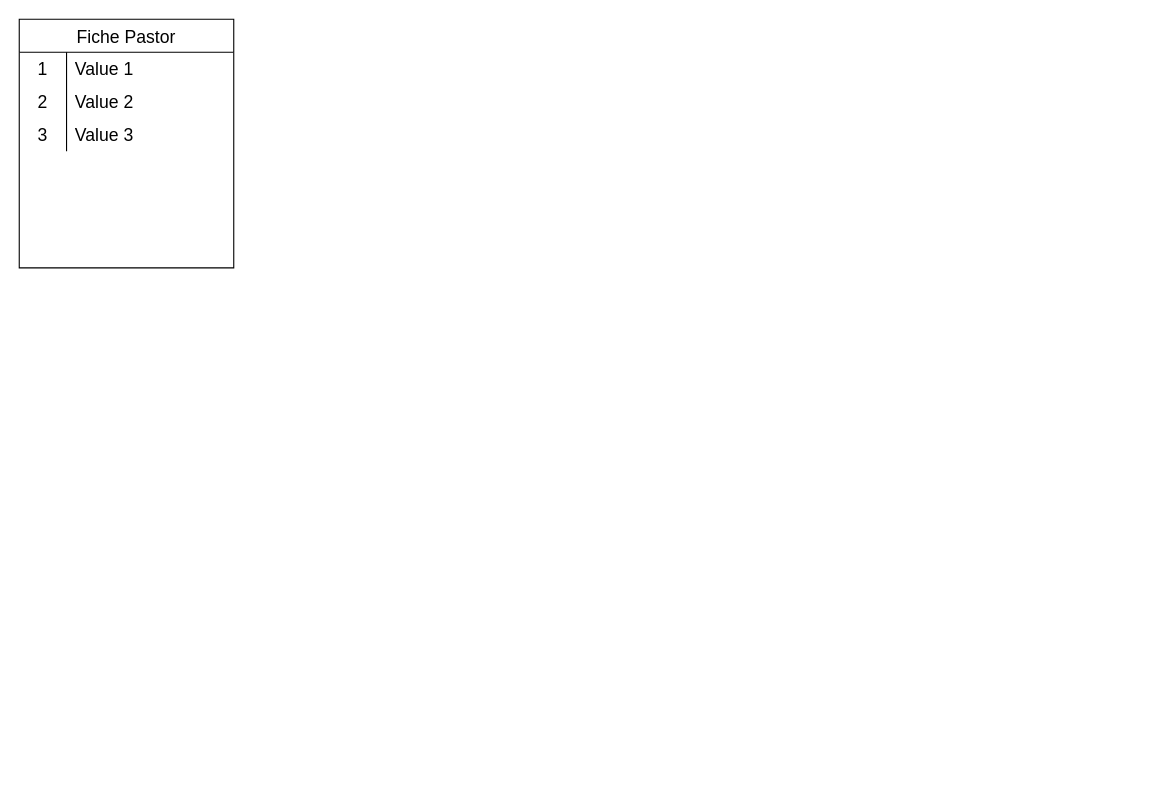
The draw.io diagram DMD_Data_Model.drawio in Jbertrius/dmd_model, before the edit. Source tidied: cells renumbered, new cells numbered last; positions are measured from the earlier drawing's top-left corner, leaving out a move shared by most shapes. Both pictures are drawn from the tidied source at 110%, with x=0, y=0 at pixel (19, 19).
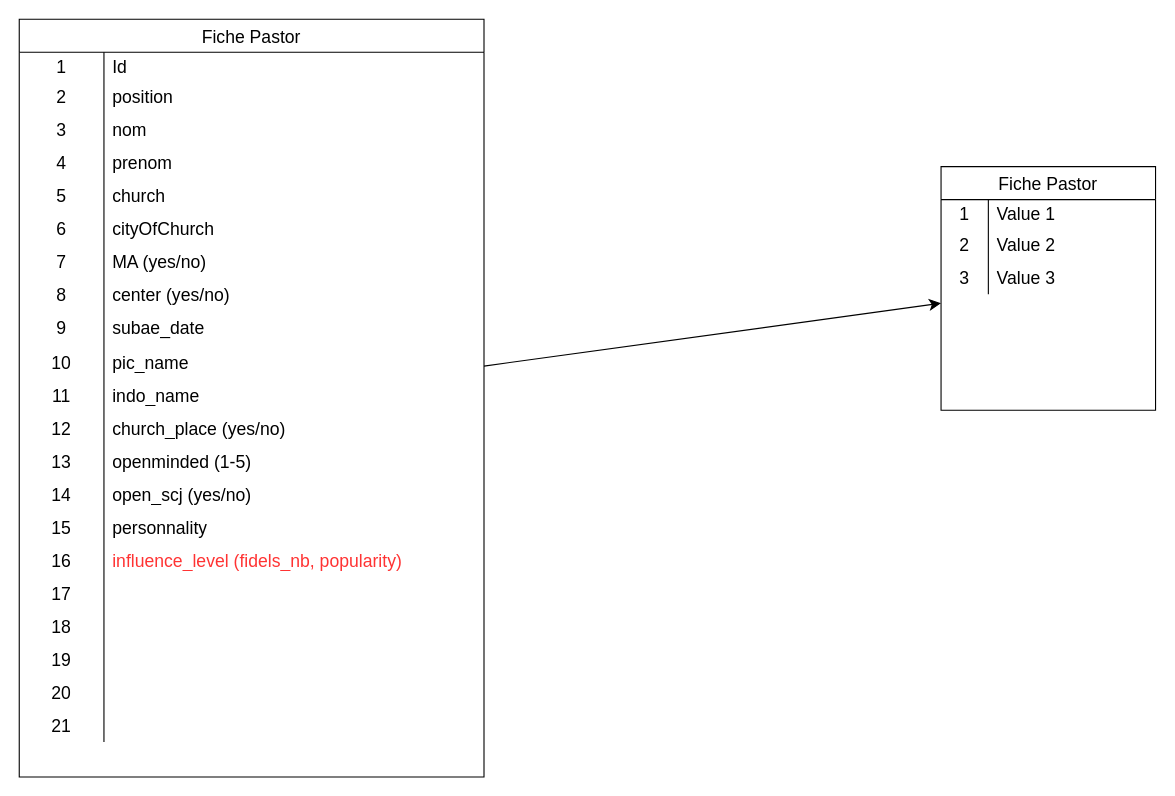
The same diagram, later.

Commit message:
Mettre à jour DMD_Data_Model.drawio

What changed in the source:
```diff
@@
+    <mxCell id="12" style="edgeStyle=none;curved=1;rounded=0;jettySize=auto;html=1;fontSize=12;startSize=8;endSize=8;" parent="1" edge="1" source="2" target="67">
+      <mxGeometry relative="1" as="geometry" />
+    </mxCell>
     <mxCell id="2" value="Fiche Pastor" style="shape=table;startSize=30;childLayout=tableLayout;rowLines=0;fontStyle=0;strokeColor=default;fontSize=16;" parent="1" vertex="1">
-      <mxGeometry width="195" height="226" as="geometry" />
+      <mxGeometry width="422.5" height="688.8" as="geometry" />
     </mxCell>
     <mxCell id="3" style="shape=tableRow;horizontal=0;startSize=0;swimlaneHead=0;swimlaneBody=0;top=0;left=0;bottom=0;right=0;fillColor=none;strokeColor=inherit;fontSize=16;" parent="2" vertex="1">
-      <mxGeometry y="30" width="195" height="30" as="geometry" />
+      <mxGeometry y="30" width="422.5" height="26" as="geometry" />
     </mxCell>
     <mxCell id="4" value="1" style="shape=partialRectangle;html=1;whiteSpace=wrap;fillColor=none;top=0;left=0;bottom=0;right=0;overflow=hidden;strokeColor=inherit;fontSize=16;" parent="3" vertex="1">
-      <mxGeometry width="43" height="30" as="geometry" />
+      <mxGeometry width="77" height="26" as="geometry" />
     </mxCell>
-    <mxCell id="5" value="Value 1" style="shape=partialRectangle;html=1;whiteSpace=wrap;fillColor=none;top=0;left=0;bottom=0;right=0;align=left;spacingLeft=6;overflow=hidden;strokeColor=inherit;fontSize=16;" parent="3" vertex="1">
-      <mxGeometry x="43" width="152" height="30" as="geometry" />
+    <mxCell id="5" value="Id" style="shape=partialRectangle;html=1;whiteSpace=wrap;fillColor=none;top=0;left=0;bottom=0;right=0;align=left;spacingLeft=6;overflow=hidden;strokeColor=inherit;fontSize=16;" parent="3" vertex="1">
+      <mxGeometry x="77" width="346" height="26" as="geometry" />
     </mxCell>
     <mxCell id="6" style="shape=tableRow;horizontal=0;startSize=0;swimlaneHead=0;swimlaneBody=0;top=0;left=0;bottom=0;right=0;fillColor=none;strokeColor=inherit;fontSize=16;" parent="2" vertex="1">
-      <mxGeometry y="60" width="195" height="30" as="geometry" />
+      <mxGeometry y="56" width="422.5" height="30" as="geometry" />
     </mxCell>
     <mxCell id="7" value="2" style="shape=partialRectangle;html=1;whiteSpace=wrap;fillColor=none;top=0;left=0;bottom=0;right=0;overflow=hidden;strokeColor=inherit;fontSize=16;" parent="6" vertex="1">
-      <mxGeometry width="43" height="30" as="geometry" />
+      <mxGeometry width="77" height="30" as="geometry" />
     </mxCell>
-    <mxCell id="8" value="Value 2" style="shape=partialRectangle;html=1;whiteSpace=wrap;fillColor=none;top=0;left=0;bottom=0;right=0;align=left;spacingLeft=6;overflow=hidden;strokeColor=inherit;fontSize=16;" parent="6" vertex="1">
-      <mxGeometry x="43" width="152" height="30" as="geometry" />
+    <mxCell id="8" value="position" style="shape=partialRectangle;html=1;whiteSpace=wrap;fillColor=none;top=0;left=0;bottom=0;right=0;align=left;spacingLeft=6;overflow=hidden;strokeColor=inherit;fontSize=16;" parent="6" vertex="1">
+      <mxGeometry x="77" width="346" height="30" as="geometry" />
     </mxCell>
     <mxCell id="9" style="shape=tableRow;horizontal=0;startSize=0;swimlaneHead=0;swimlaneBody=0;top=0;left=0;bottom=0;right=0;fillColor=none;strokeColor=inherit;fontSize=16;" parent="2" vertex="1">
-      <mxGeometry y="90" width="195" height="30" as="geometry" />
+      <mxGeometry y="86" width="422.5" height="30" as="geometry" />
     </mxCell>
     <mxCell id="10" value="3" style="shape=partialRectangle;html=1;whiteSpace=wrap;fillColor=none;top=0;left=0;bottom=0;right=0;overflow=hidden;strokeColor=inherit;fontSize=16;" parent="9" vertex="1">
-      <mxGeometry width="43" height="30" as="geometry" />
+      <mxGeometry width="77" height="30" as="geometry" />
     </mxCell>
-    <mxCell id="11" value="Value 3" style="shape=partialRectangle;html=1;whiteSpace=wrap;fillColor=none;top=0;left=0;bottom=0;right=0;align=left;spacingLeft=6;overflow=hidden;strokeColor=inherit;fontSize=16;" parent="9" vertex="1">
-      <mxGeometry x="43" width="152" height="30" as="geometry" />
+    <mxCell id="11" value="nom" style="shape=partialRectangle;html=1;whiteSpace=wrap;fillColor=none;top=0;left=0;bottom=0;right=0;align=left;spacingLeft=6;overflow=hidden;strokeColor=inherit;fontSize=16;" parent="9" vertex="1">
+      <mxGeometry x="77" width="346" height="30" as="geometry" />
     </mxCell>
+    <mxCell id="13" style="shape=tableRow;horizontal=0;startSize=0;swimlaneHead=0;swimlaneBody=0;top=0;left=0;bottom=0;right=0;fillColor=none;strokeColor=inherit;fontSize=16;" parent="2" vertex="1">
+      <mxGeometry y="116" width="422.5" height="30" as="geometry" />
+    </mxCell>
+    <mxCell id="14" value="4" style="shape=partialRectangle;html=1;whiteSpace=wrap;fillColor=none;top=0;left=0;bottom=0;right=0;overflow=hidden;strokeColor=inherit;fontSize=16;" parent="13" vertex="1">
+      <mxGeometry width="77" height="30" as="geometry" />
+    </mxCell>
+    <mxCell id="15" value="prenom" style="shape=partialRectangle;html=1;whiteSpace=wrap;fillColor=none;top=0;left=0;bottom=0;right=0;align=left;spacingLeft=6;overflow=hidden;strokeColor=inherit;fontSize=16;" parent="13" vertex="1">
+      <mxGeometry x="77" width="346" height="30" as="geometry" />
+    </mxCell>
+    <mxCell id="16" style="shape=tableRow;horizontal=0;startSize=0;swimlaneHead=0;swimlaneBody=0;top=0;left=0;bottom=0;right=0;fillColor=none;strokeColor=inherit;fontSize=16;" parent="2" vertex="1">
+      <mxGeometry y="146" width="422.5" height="30" as="geometry" />
+    </mxCell>
+    <mxCell id="17" value="5" style="shape=partialRectangle;html=1;whiteSpace=wrap;fillColor=none;top=0;left=0;bottom=0;right=0;overflow=hidden;strokeColor=inherit;fontSize=16;" parent="16" vertex="1">
+      <mxGeometry width="77" height="30" as="geometry" />
+    </mxCell>
+    <mxCell id="18" value="church" style="shape=partialRectangle;html=1;whiteSpace=wrap;fillColor=none;top=0;left=0;bottom=0;right=0;align=left;spacingLeft=6;overflow=hidden;strokeColor=inherit;fontSize=16;" parent="16" vertex="1">
+      <mxGeometry x="77" width="346" height="30" as="geometry" />
+    </mxCell>
+    <mxCell id="19" style="shape=tableRow;horizontal=0;startSize=0;swimlaneHead=0;swimlaneBody=0;top=0;left=0;bottom=0;right=0;fillColor=none;strokeColor=inherit;fontSize=16;" parent="2" vertex="1">
+      <mxGeometry y="176" width="422.5" height="30" as="geometry" />
+    </mxCell>
+    <mxCell id="20" value="6" style="shape=partialRectangle;html=1;whiteSpace=wrap;fillColor=none;top=0;left=0;bottom=0;right=0;overflow=hidden;strokeColor=inherit;fontSize=16;" parent="19" vertex="1">
+      <mxGeometry width="77" height="30" as="geometry" />
+    </mxCell>
+    <mxCell id="21" value="cityOfChurch" style="shape=partialRectangle;html=1;whiteSpace=wrap;fillColor=none;top=0;left=0;bottom=0;right=0;align=left;spacingLeft=6;overflow=hidden;strokeColor=inherit;fontSize=16;" parent="19" vertex="1">
+      <mxGeometry x="77" width="346" height="30" as="geometry" />
+    </mxCell>
+    <mxCell id="22" style="shape=tableRow;horizontal=0;startSize=0;swimlaneHead=0;swimlaneBody=0;top=0;left=0;bottom=0;right=0;fillColor=none;strokeColor=inherit;fontSize=16;" parent="2" vertex="1">
+      <mxGeometry y="206" width="422.5" height="30" as="geometry" />
+    </mxCell>
+    <mxCell id="23" value="7" style="shape=partialRectangle;html=1;whiteSpace=wrap;fillColor=none;top=0;left=0;bottom=0;right=0;overflow=hidden;strokeColor=inherit;fontSize=16;" parent="22" vertex="1">
+      <mxGeometry width="77" height="30" as="geometry" />
+    </mxCell>
+    <mxCell id="24" value="MA (yes/no)" style="shape=partialRectangle;html=1;whiteSpace=wrap;fillColor=none;top=0;left=0;bottom=0;right=0;align=left;spacingLeft=6;overflow=hidden;strokeColor=inherit;fontSize=16;" parent="22" vertex="1">
+      <mxGeometry x="77" width="346" height="30" as="geometry" />
+    </mxCell>
+    <mxCell id="25" style="shape=tableRow;horizontal=0;startSize=0;swimlaneHead=0;swimlaneBody=0;top=0;left=0;bottom=0;right=0;fillColor=none;strokeColor=inherit;fontSize=16;" parent="2" vertex="1">
+      <mxGeometry y="236" width="422.5" height="30" as="geometry" />
+    </mxCell>
+    <mxCell id="26" value="8" style="shape=partialRectangle;html=1;whiteSpace=wrap;fillColor=none;top=0;left=0;bottom=0;right=0;overflow=hidden;strokeColor=inherit;fontSize=16;" parent="25" vertex="1">
+      <mxGeometry width="77" height="30" as="geometry" />
+    </mxCell>
+    <mxCell id="27" value="center (yes/no)" style="shape=partialRectangle;html=1;whiteSpace=wrap;fillColor=none;top=0;left=0;bottom=0;right=0;align=left;spacingLeft=6;overflow=hidden;strokeColor=inherit;fontSize=16;" parent="25" vertex="1">
+      <mxGeometry x="77" width="346" height="30" as="geometry" />
+    </mxCell>
+    <mxCell id="28" style="shape=tableRow;horizontal=0;startSize=0;swimlaneHead=0;swimlaneBody=0;top=0;left=0;bottom=0;right=0;fillColor=none;strokeColor=inherit;fontSize=16;" parent="2" vertex="1">
+      <mxGeometry y="266" width="422.5" height="30" as="geometry" />
+    </mxCell>
+    <mxCell id="29" value="9" style="shape=partialRectangle;html=1;whiteSpace=wrap;fillColor=none;top=0;left=0;bottom=0;right=0;overflow=hidden;strokeColor=inherit;fontSize=16;" parent="28" vertex="1">
+      <mxGeometry width="77" height="30" as="geometry" />
+    </mxCell>
+    <mxCell id="30" value="subae_date" style="shape=partialRectangle;html=1;whiteSpace=wrap;fillColor=none;top=0;left=0;bottom=0;right=0;align=left;spacingLeft=6;overflow=hidden;strokeColor=inherit;fontSize=16;" parent="28" vertex="1">
+      <mxGeometry x="77" width="346" height="30" as="geometry" />
+    </mxCell>
+    <mxCell id="31" style="shape=tableRow;horizontal=0;startSize=0;swimlaneHead=0;swimlaneBody=0;top=0;left=0;bottom=0;right=0;fillColor=none;strokeColor=inherit;fontSize=16;" parent="2" vertex="1">
+      <mxGeometry y="296" width="422.5" height="31" as="geometry" />
+    </mxCell>
+    <mxCell id="32" value="10" style="shape=partialRectangle;html=1;whiteSpace=wrap;fillColor=none;top=0;left=0;bottom=0;right=0;overflow=hidden;strokeColor=inherit;fontSize=16;" parent="31" vertex="1">
+      <mxGeometry width="77" height="31" as="geometry" />
+    </mxCell>
+    <mxCell id="33" value="pic_name" style="shape=partialRectangle;html=1;whiteSpace=wrap;fillColor=none;top=0;left=0;bottom=0;right=0;align=left;spacingLeft=6;overflow=hidden;strokeColor=inherit;fontSize=16;" parent="31" vertex="1">
+      <mxGeometry x="77" width="346" height="31" as="geometry" />
+    </mxCell>
+    <mxCell id="34" style="shape=tableRow;horizontal=0;startSize=0;swimlaneHead=0;swimlaneBody=0;top=0;left=0;bottom=0;right=0;fillColor=none;strokeColor=inherit;fontSize=16;" parent="2" vertex="1">
+      <mxGeometry y="327" width="422.5" height="30" as="geometry" />
+    </mxCell>
+    <mxCell id="35" value="11" style="shape=partialRectangle;html=1;whiteSpace=wrap;fillColor=none;top=0;left=0;bottom=0;right=0;overflow=hidden;strokeColor=inherit;fontSize=16;" parent="34" vertex="1">
+      <mxGeometry width="77" height="30" as="geometry" />
+    </mxCell>
+    <mxCell id="36" value="indo_name" style="shape=partialRectangle;html=1;whiteSpace=wrap;fillColor=none;top=0;left=0;bottom=0;right=0;align=left;spacingLeft=6;overflow=hidden;strokeColor=inherit;fontSize=16;" parent="34" vertex="1">
+      <mxGeometry x="77" width="346" height="30" as="geometry" />
+    </mxCell>
+    <mxCell id="37" style="shape=tableRow;horizontal=0;startSize=0;swimlaneHead=0;swimlaneBody=0;top=0;left=0;bottom=0;right=0;fillColor=none;strokeColor=inherit;fontSize=16;" parent="2" vertex="1">
+      <mxGeometry y="357" width="422.5" height="30" as="geometry" />
+    </mxCell>
+    <mxCell id="38" value="12" style="shape=partialRectangle;html=1;whiteSpace=wrap;fillColor=none;top=0;left=0;bottom=0;right=0;overflow=hidden;strokeColor=inherit;fontSize=16;" parent="37" vertex="1">
+      <mxGeometry width="77" height="30" as="geometry" />
+    </mxCell>
+    <mxCell id="39" value="church_place (yes/no)" style="shape=partialRectangle;html=1;whiteSpace=wrap;fillColor=none;top=0;left=0;bottom=0;right=0;align=left;spacingLeft=6;overflow=hidden;strokeColor=inherit;fontSize=16;" parent="37" vertex="1">
+      <mxGeometry x="77" width="346" height="30" as="geometry" />
+    </mxCell>
+    <mxCell id="40" style="shape=tableRow;horizontal=0;startSize=0;swimlaneHead=0;swimlaneBody=0;top=0;left=0;bottom=0;right=0;fillColor=none;strokeColor=inherit;fontSize=16;" parent="2" vertex="1">
+      <mxGeometry y="387" width="422.5" height="30" as="geometry" />
+    </mxCell>
+    <mxCell id="41" value="13" style="shape=partialRectangle;html=1;whiteSpace=wrap;fillColor=none;top=0;left=0;bottom=0;right=0;overflow=hidden;strokeColor=inherit;fontSize=16;" parent="40" vertex="1">
+      <mxGeometry width="77" height="30" as="geometry" />
+    </mxCell>
+    <mxCell id="42" value="openminded (1-5)" style="shape=partialRectangle;html=1;whiteSpace=wrap;fillColor=none;top=0;left=0;bottom=0;right=0;align=left;spacingLeft=6;overflow=hidden;strokeColor=inherit;fontSize=16;" parent="40" vertex="1">
+      <mxGeometry x="77" width="346" height="30" as="geometry" />
+    </mxCell>
+    <mxCell id="43" style="shape=tableRow;horizontal=0;startSize=0;swimlaneHead=0;swimlaneBody=0;top=0;left=0;bottom=0;right=0;fillColor=none;strokeColor=inherit;fontSize=16;" parent="2" vertex="1">
+      <mxGeometry y="417" width="422.5" height="30" as="geometry" />
+    </mxCell>
+    <mxCell id="44" value="14" style="shape=partialRectangle;html=1;whiteSpace=wrap;fillColor=none;top=0;left=0;bottom=0;right=0;overflow=hidden;strokeColor=inherit;fontSize=16;" parent="43" vertex="1">
+      <mxGeometry width="77" height="30" as="geometry" />
+    </mxCell>
+    <mxCell id="45" value="open_scj (yes/no)" style="shape=partialRectangle;html=1;whiteSpace=wrap;fillColor=none;top=0;left=0;bottom=0;right=0;align=left;spacingLeft=6;overflow=hidden;strokeColor=inherit;fontSize=16;" parent="43" vertex="1">
+      <mxGeometry x="77" width="346" height="30" as="geometry" />
+    </mxCell>
+    <mxCell id="46" style="shape=tableRow;horizontal=0;startSize=0;swimlaneHead=0;swimlaneBody=0;top=0;left=0;bottom=0;right=0;fillColor=none;strokeColor=inherit;fontSize=16;" parent="2" vertex="1">
+      <mxGeometry y="447" width="422.5" height="30" as="geometry" />
+    </mxCell>
+    <mxCell id="47" value="15" style="shape=partialRectangle;html=1;whiteSpace=wrap;fillColor=none;top=0;left=0;bottom=0;right=0;overflow=hidden;strokeColor=inherit;fontSize=16;" parent="46" vertex="1">
+      <mxGeometry width="77" height="30" as="geometry" />
+    </mxCell>
+    <mxCell id="48" value="personnality" style="shape=partialRectangle;html=1;whiteSpace=wrap;fillColor=none;top=0;left=0;bottom=0;right=0;align=left;spacingLeft=6;overflow=hidden;strokeColor=inherit;fontSize=16;" parent="46" vertex="1">
+      <mxGeometry x="77" width="346" height="30" as="geometry" />
+    </mxCell>
+    <mxCell id="49" style="shape=tableRow;horizontal=0;startSize=0;swimlaneHead=0;swimlaneBody=0;top=0;left=0;bottom=0;right=0;fillColor=none;strokeColor=inherit;fontSize=16;" parent="2" vertex="1">
+      <mxGeometry y="477" width="422.5" height="30" as="geometry" />
+    </mxCell>
+    <mxCell id="50" value="16" style="shape=partialRectangle;html=1;whiteSpace=wrap;fillColor=none;top=0;left=0;bottom=0;right=0;overflow=hidden;strokeColor=inherit;fontSize=16;" parent="49" vertex="1">
+      <mxGeometry width="77" height="30" as="geometry" />
+    </mxCell>
+    <mxCell id="51" value="influence_level (fidels_nb, popularity)" style="shape=partialRectangle;html=1;whiteSpace=wrap;fillColor=none;top=0;left=0;bottom=0;right=0;align=left;spacingLeft=6;overflow=hidden;strokeColor=inherit;fontSize=16;fontColor=#FF3333;" parent="49" vertex="1">
+      <mxGeometry x="77" width="346" height="30" as="geometry" />
+    </mxCell>
+    <mxCell id="52" style="shape=tableRow;horizontal=0;startSize=0;swimlaneHead=0;swimlaneBody=0;top=0;left=0;bottom=0;right=0;fillColor=none;strokeColor=inherit;fontSize=16;" parent="2" vertex="1">
+      <mxGeometry y="507" width="422.5" height="30" as="geometry" />
+    </mxCell>
+    <mxCell id="53" value="17" style="shape=partialRectangle;html=1;whiteSpace=wrap;fillColor=none;top=0;left=0;bottom=0;right=0;overflow=hidden;strokeColor=inherit;fontSize=16;" parent="52" vertex="1">
+      <mxGeometry width="77" height="30" as="geometry" />
+    </mxCell>
+    <mxCell id="54" style="shape=partialRectangle;html=1;whiteSpace=wrap;fillColor=none;top=0;left=0;bottom=0;right=0;align=left;spacingLeft=6;overflow=hidden;strokeColor=inherit;fontSize=16;fontColor=#FF3333;" parent="52" vertex="1">
+      <mxGeometry x="77" width="346" height="30" as="geometry" />
+    </mxCell>
+    <mxCell id="55" style="shape=tableRow;horizontal=0;startSize=0;swimlaneHead=0;swimlaneBody=0;top=0;left=0;bottom=0;right=0;fillColor=none;strokeColor=inherit;fontSize=16;" parent="2" vertex="1">
+      <mxGeometry y="537" width="422.5" height="30" as="geometry" />
+    </mxCell>
+    <mxCell id="56" value="18" style="shape=partialRectangle;html=1;whiteSpace=wrap;fillColor=none;top=0;left=0;bottom=0;right=0;overflow=hidden;strokeColor=inherit;fontSize=16;" parent="55" vertex="1">
+      <mxGeometry width="77" height="30" as="geometry" />
+    </mxCell>
+    <mxCell id="57" style="shape=partialRectangle;html=1;whiteSpace=wrap;fillColor=none;top=0;left=0;bottom=0;right=0;align=left;spacingLeft=6;overflow=hidden;strokeColor=inherit;fontSize=16;fontColor=#FF3333;" parent="55" vertex="1">
+      <mxGeometry x="77" width="346" height="30" as="geometry" />
+    </mxCell>
+    <mxCell id="58" style="shape=tableRow;horizontal=0;startSize=0;swimlaneHead=0;swimlaneBody=0;top=0;left=0;bottom=0;right=0;fillColor=none;strokeColor=inherit;fontSize=16;" parent="2" vertex="1">
+      <mxGeometry y="567" width="422.5" height="30" as="geometry" />
+    </mxCell>
+    <mxCell id="59" value="19" style="shape=partialRectangle;html=1;whiteSpace=wrap;fillColor=none;top=0;left=0;bottom=0;right=0;overflow=hidden;strokeColor=inherit;fontSize=16;" parent="58" vertex="1">
+      <mxGeometry width="77" height="30" as="geometry" />
+    </mxCell>
+    <mxCell id="60" style="shape=partialRectangle;html=1;whiteSpace=wrap;fillColor=none;top=0;left=0;bottom=0;right=0;align=left;spacingLeft=6;overflow=hidden;strokeColor=inherit;fontSize=16;fontColor=#FF3333;" parent="58" vertex="1">
+      <mxGeometry x="77" width="346" height="30" as="geometry" />
+    </mxCell>
+    <mxCell id="61" style="shape=tableRow;horizontal=0;startSize=0;swimlaneHead=0;swimlaneBody=0;top=0;left=0;bottom=0;right=0;fillColor=none;strokeColor=inherit;fontSize=16;" parent="2" vertex="1">
+      <mxGeometry y="597" width="422.5" height="30" as="geometry" />
+    </mxCell>
+    <mxCell id="62" value="20" style="shape=partialRectangle;html=1;whiteSpace=wrap;fillColor=none;top=0;left=0;bottom=0;right=0;overflow=hidden;strokeColor=inherit;fontSize=16;" parent="61" vertex="1">
+      <mxGeometry width="77" height="30" as="geometry" />
+    </mxCell>
+    <mxCell id="63" style="shape=partialRectangle;html=1;whiteSpace=wrap;fillColor=none;top=0;left=0;bottom=0;right=0;align=left;spacingLeft=6;overflow=hidden;strokeColor=inherit;fontSize=16;fontColor=#FF3333;" parent="61" vertex="1">
+      <mxGeometry x="77" width="346" height="30" as="geometry" />
+    </mxCell>
+    <mxCell id="64" style="shape=tableRow;horizontal=0;startSize=0;swimlaneHead=0;swimlaneBody=0;top=0;left=0;bottom=0;right=0;fillColor=none;strokeColor=inherit;fontSize=16;" parent="2" vertex="1">
+      <mxGeometry y="627" width="422.5" height="30" as="geometry" />
+    </mxCell>
+    <mxCell id="65" value="21" style="shape=partialRectangle;html=1;whiteSpace=wrap;fillColor=none;top=0;left=0;bottom=0;right=0;overflow=hidden;strokeColor=inherit;fontSize=16;" parent="64" vertex="1">
+      <mxGeometry width="77" height="30" as="geometry" />
+    </mxCell>
+    <mxCell id="66" style="shape=partialRectangle;html=1;whiteSpace=wrap;fillColor=none;top=0;left=0;bottom=0;right=0;align=left;spacingLeft=6;overflow=hidden;strokeColor=inherit;fontSize=16;fontColor=#FF3333;" parent="64" vertex="1">
+      <mxGeometry x="77" width="346" height="30" as="geometry" />
+    </mxCell>
+    <mxCell id="67" value="Fiche Pastor" style="shape=table;startSize=30;childLayout=tableLayout;rowLines=0;fontStyle=0;strokeColor=default;fontSize=16;" parent="1" vertex="1">
+      <mxGeometry x="838" y="134" width="195" height="221.5" as="geometry" />
+    </mxCell>
+    <mxCell id="68" style="shape=tableRow;horizontal=0;startSize=0;swimlaneHead=0;swimlaneBody=0;top=0;left=0;bottom=0;right=0;fillColor=none;strokeColor=inherit;fontSize=16;" parent="67" vertex="1">
+      <mxGeometry y="30" width="195" height="26" as="geometry" />
+    </mxCell>
+    <mxCell id="69" value="1" style="shape=partialRectangle;html=1;whiteSpace=wrap;fillColor=none;top=0;left=0;bottom=0;right=0;overflow=hidden;strokeColor=inherit;fontSize=16;" parent="68" vertex="1">
+      <mxGeometry width="43" height="26" as="geometry" />
+    </mxCell>
+    <mxCell id="70" value="Value 1" style="shape=partialRectangle;html=1;whiteSpace=wrap;fillColor=none;top=0;left=0;bottom=0;right=0;align=left;spacingLeft=6;overflow=hidden;strokeColor=inherit;fontSize=16;" parent="68" vertex="1">
+      <mxGeometry x="43" width="152" height="26" as="geometry" />
+    </mxCell>
+    <mxCell id="71" style="shape=tableRow;horizontal=0;startSize=0;swimlaneHead=0;swimlaneBody=0;top=0;left=0;bottom=0;right=0;fillColor=none;strokeColor=inherit;fontSize=16;" parent="67" vertex="1">
+      <mxGeometry y="56" width="195" height="30" as="geometry" />
+    </mxCell>
+    <mxCell id="72" value="2" style="shape=partialRectangle;html=1;whiteSpace=wrap;fillColor=none;top=0;left=0;bottom=0;right=0;overflow=hidden;strokeColor=inherit;fontSize=16;" parent="71" vertex="1">
+      <mxGeometry width="43" height="30" as="geometry" />
+    </mxCell>
+    <mxCell id="73" value="Value 2" style="shape=partialRectangle;html=1;whiteSpace=wrap;fillColor=none;top=0;left=0;bottom=0;right=0;align=left;spacingLeft=6;overflow=hidden;strokeColor=inherit;fontSize=16;" parent="71" vertex="1">
+      <mxGeometry x="43" width="152" height="30" as="geometry" />
+    </mxCell>
+    <mxCell id="74" style="shape=tableRow;horizontal=0;startSize=0;swimlaneHead=0;swimlaneBody=0;top=0;left=0;bottom=0;right=0;fillColor=none;strokeColor=inherit;fontSize=16;" parent="67" vertex="1">
+      <mxGeometry y="86" width="195" height="30" as="geometry" />
+    </mxCell>
+    <mxCell id="75" value="3" style="shape=partialRectangle;html=1;whiteSpace=wrap;fillColor=none;top=0;left=0;bottom=0;right=0;overflow=hidden;strokeColor=inherit;fontSize=16;" parent="74" vertex="1">
+      <mxGeometry width="43" height="30" as="geometry" />
+    </mxCell>
+    <mxCell id="76" value="Value 3" style="shape=partialRectangle;html=1;whiteSpace=wrap;fillColor=none;top=0;left=0;bottom=0;right=0;align=left;spacingLeft=6;overflow=hidden;strokeColor=inherit;fontSize=16;" parent="74" vertex="1">
+      <mxGeometry x="43" width="152" height="30" as="geometry" />
+    </mxCell>
```
